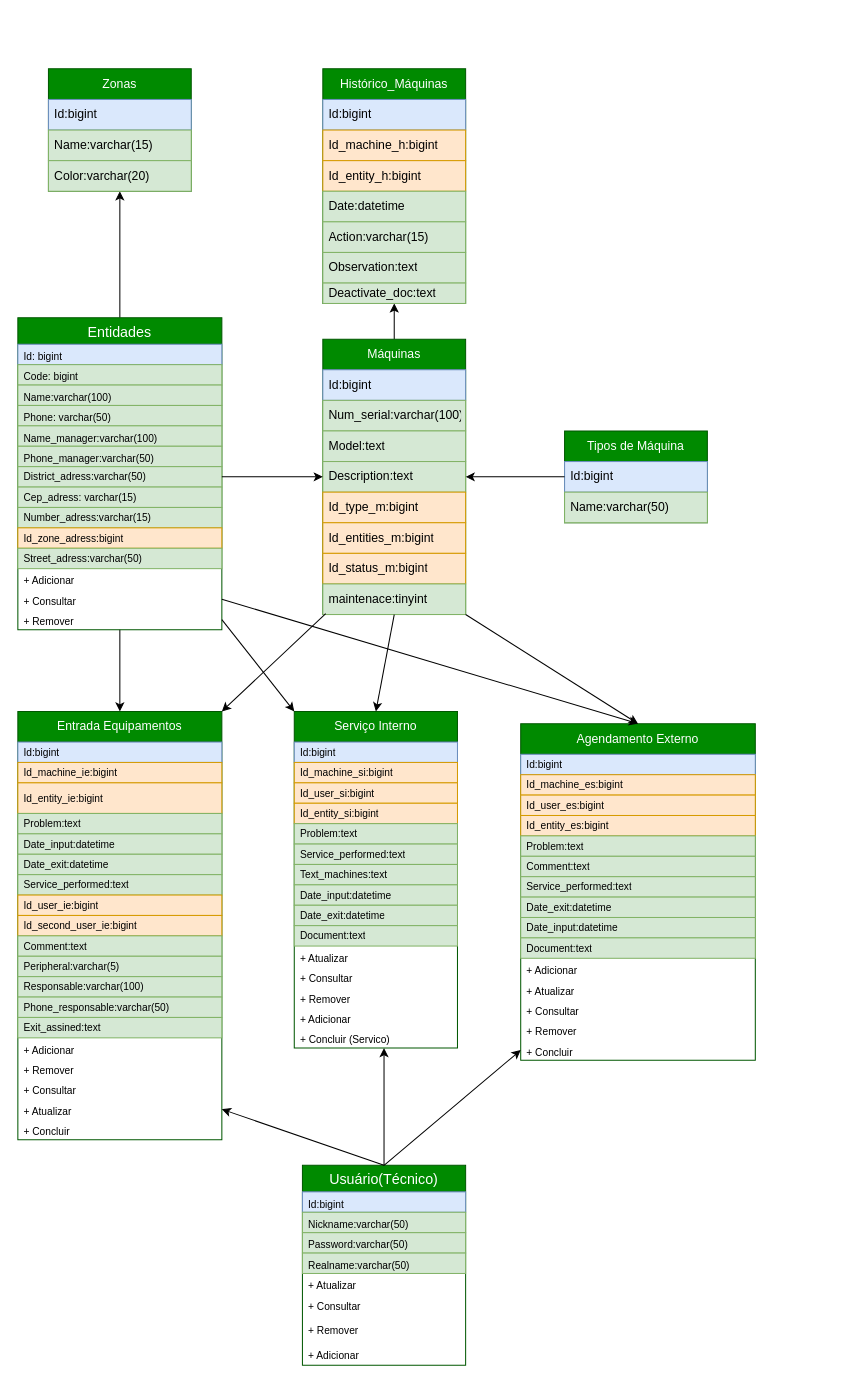
Above: Documentação - Sistema/Diagrama sem nome.drawio in gabriel-codart/DMEI-Sys (draw.io), before the change. Source tidied: cells renumbered, new cells numbered last; positions are measured from the earlier drawing's top-left corner, leaving out a move shared by most shapes. Both pictures are drawn from the tidied source at 102%, with x=0, y=0 at pixel (17, 68).
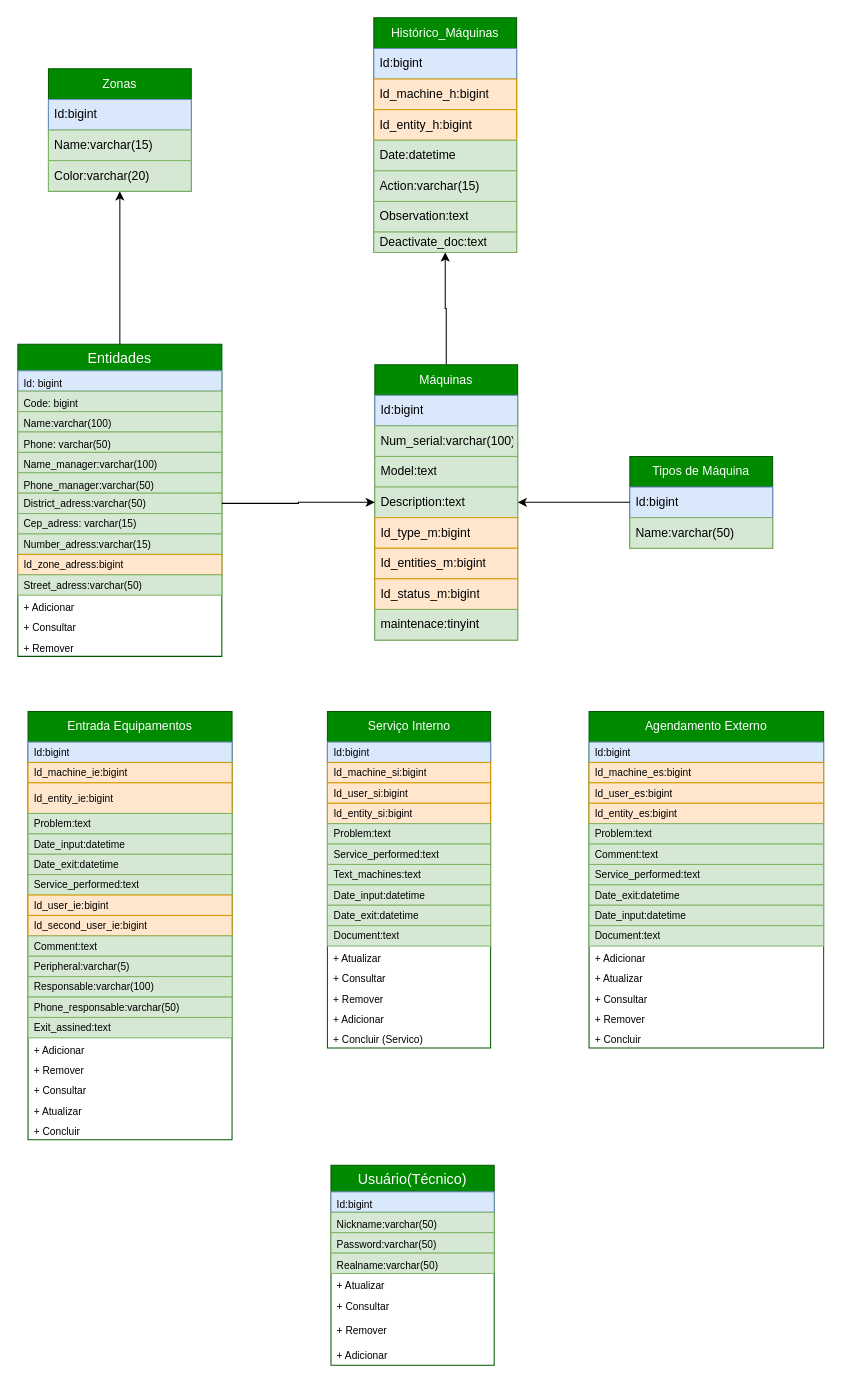
Above is the later version.

The change refers to these unchanged cells:
```xml
<mxCell id="27" value="+ Consultar" style="text;spacingLeft=4;spacingRight=4;overflow=hidden;points=[[0,0.5],[1,0.5]];portConstraint=eastwest;fontSize=10;" parent="14" vertex="1">
  <mxGeometry y="266" width="200" height="20" as="geometry" />
</mxCell>
<mxCell id="28" value="+ Remover" style="text;spacingLeft=4;spacingRight=4;overflow=hidden;points=[[0,0.5],[1,0.5]];portConstraint=eastwest;fontSize=10;" parent="14" vertex="1">
  <mxGeometry y="286" width="200" height="20" as="geometry" />
</mxCell>
<mxCell id="47" value="+ Atualizar" style="text;spacingLeft=4;spacingRight=4;overflow=hidden;points=[[0,0.5],[1,0.5]];portConstraint=eastwest;fontSize=10;" parent="29" vertex="1">
  <mxGeometry y="380" width="200" height="20" as="geometry" />
</mxCell>
<mxCell id="64" value="+ Concluir" style="text;spacingLeft=4;spacingRight=4;overflow=hidden;points=[[0,0.5],[1,0.5]];portConstraint=eastwest;fontSize=10;" parent="49" vertex="1">
  <mxGeometry y="310" width="230" height="20" as="geometry" />
</mxCell>
<mxCell id="80" value="+ Concluir (Servico)" style="text;spacingLeft=4;spacingRight=4;overflow=hidden;points=[[0,0.5],[1,0.5]];portConstraint=eastwest;fontSize=10;" parent="65" vertex="1">
  <mxGeometry y="310" width="160" height="20" as="geometry" />
</mxCell>
<mxCell id="90" value="maintenace:tinyint" style="text;strokeColor=#82b366;fillColor=#d5e8d4;align=left;verticalAlign=middle;spacingLeft=4;spacingRight=4;overflow=hidden;points=[[0,0.5],[1,0.5]];portConstraint=eastwest;whiteSpace=wrap;html=1;" parent="82" vertex="1">
  <mxGeometry y="240" width="140" height="30" as="geometry" />
</mxCell>
```

Diff of the diagram source:
```diff
@@
-    <mxCell id="2" style="edgeStyle=orthogonalEdgeStyle;rounded=0;jettySize=auto;html=1;" parent="1" edge="1" source="3" target="80">
-      <mxGeometry relative="1" as="geometry">
-        <Array as="points">
-          <mxPoint x="359" y="1015" />
-          <mxPoint x="359" y="1015" />
-        </Array>
-      </mxGeometry>
-    </mxCell>
     <mxCell id="3" value="Usuário(Técnico)" style="swimlane;fontStyle=0;horizontal=1;startSize=26;align=center;fontSize=14;fillColor=#008a00;fontColor=#ffffff;strokeColor=#005700;" parent="1" vertex="1">
-      <mxGeometry x="279" y="1075" width="160" height="196" as="geometry" />
+      <mxGeometry x="307" y="1075" width="160" height="196" as="geometry" />
     </mxCell>
@@
-    <mxCell id="13" style="edgeStyle=orthogonalEdgeStyle;rounded=0;jettySize=auto;html=1;entryX=0.5;entryY=0;entryDx=0;entryDy=0;" parent="1" edge="1" source="14" target="29">
-      <mxGeometry relative="1" as="geometry" />
-    </mxCell>
     <mxCell id="14" value="Entidades" style="swimlane;fontStyle=0;horizontal=1;startSize=26;align=center;fontSize=14;fillColor=#008a00;fontColor=#ffffff;strokeColor=#005700;" parent="1" vertex="1">
-      <mxGeometry y="244" width="200" height="306" as="geometry" />
+      <mxGeometry y="270" width="200" height="306" as="geometry" />
     </mxCell>
@@
     <mxCell id="29" value="Entrada Equipamentos" style="swimlane;fontStyle=0;horizontal=1;startSize=30;whiteSpace=wrap;html=1;fillColor=#008a00;fontColor=#ffffff;strokeColor=#005700;" parent="1" vertex="1">
-      <mxGeometry y="630" width="200" height="420" as="geometry" />
+      <mxGeometry x="10" y="630" width="200" height="420" as="geometry" />
     </mxCell>
@@
     <mxCell id="49" value="Agendamento Externo" style="swimlane;fontStyle=0;horizontal=1;startSize=30;whiteSpace=wrap;html=1;fillColor=#008a00;strokeColor=#005700;fontColor=#ffffff;" parent="1" vertex="1">
-      <mxGeometry x="493" y="642" width="230" height="330" as="geometry" />
+      <mxGeometry x="560" y="630" width="230" height="330" as="geometry" />
     </mxCell>
@@
     <mxCell id="65" value="Serviço Interno" style="swimlane;fontStyle=0;horizontal=1;startSize=30;whiteSpace=wrap;html=1;fillColor=#008a00;fontColor=#ffffff;strokeColor=#005700;" parent="1" vertex="1">
-      <mxGeometry x="271" y="630" width="160" height="330" as="geometry" />
+      <mxGeometry x="303.5" y="630" width="160" height="330" as="geometry" />
     </mxCell>
@@
     <mxCell id="82" value="Máquinas" style="swimlane;fontStyle=0;horizontal=1;startSize=30;whiteSpace=wrap;html=1;fillColor=#008a00;strokeColor=#005700;fontColor=#ffffff;" parent="1" vertex="1">
-      <mxGeometry x="299" y="265" width="140" height="270" as="geometry" />
+      <mxGeometry x="350" y="290" width="140" height="270" as="geometry" />
     </mxCell>
@@
     <mxCell id="91" value="Tipos de Máquina" style="swimlane;fontStyle=0;horizontal=1;startSize=30;whiteSpace=wrap;html=1;fillColor=#008a00;fontColor=#ffffff;strokeColor=#005700;" parent="1" vertex="1">
-      <mxGeometry x="536" y="355" width="140" height="90" as="geometry" />
+      <mxGeometry x="600" y="380" width="140" height="90" as="geometry" />
     </mxCell>
@@
     <mxCell id="94" value="Histórico_Máquinas" style="swimlane;fontStyle=0;horizontal=1;startSize=30;whiteSpace=wrap;html=1;fillColor=#008a00;fontColor=#ffffff;strokeColor=#005700;" parent="1" vertex="1">
-      <mxGeometry x="299" width="140" height="230" as="geometry" />
+      <mxGeometry x="349" y="-50" width="140" height="230" as="geometry" />
     </mxCell>
@@
-    <mxCell id="108" style="endArrow=classic;html=1;rounded=0;exitX=0.02;exitY=0.968;exitDx=0;exitDy=0;exitPerimeter=0;entryX=1;entryY=0;entryDx=0;entryDy=0;" parent="1" edge="1" source="90" target="29">
-      <mxGeometry relative="1" as="geometry" />
-    </mxCell>
-    <mxCell id="109" style="endArrow=classic;html=1;rounded=0;exitX=1;exitY=1;exitDx=0;exitDy=0;entryX=0.5;entryY=0;entryDx=0;entryDy=0;" parent="1" edge="1" source="82" target="49">
-      <mxGeometry relative="1" as="geometry" />
-    </mxCell>
-    <mxCell id="110" style="endArrow=classic;html=1;rounded=0;exitX=0.5;exitY=1;exitDx=0;exitDy=0;entryX=0.5;entryY=0;entryDx=0;entryDy=0;" parent="1" edge="1" source="82" target="65">
-      <mxGeometry relative="1" as="geometry" />
-    </mxCell>
-    <mxCell id="111" style="endArrow=classic;html=1;rounded=0;entryX=0;entryY=0;entryDx=0;entryDy=0;exitX=1;exitY=0.5;exitDx=0;exitDy=0;" parent="1" edge="1" source="28" target="65">
-      <mxGeometry relative="1" as="geometry" />
-    </mxCell>
-    <mxCell id="112" style="endArrow=classic;html=1;rounded=0;exitX=0.5;exitY=0;exitDx=0;exitDy=0;entryX=1;entryY=0.5;entryDx=0;entryDy=0;" parent="1" edge="1" source="3" target="47">
-      <mxGeometry relative="1" as="geometry" />
-    </mxCell>
-    <mxCell id="113" style="endArrow=classic;html=1;rounded=0;exitX=0.5;exitY=0;exitDx=0;exitDy=0;entryX=0;entryY=0.5;entryDx=0;entryDy=0;" parent="1" edge="1" source="3" target="64">
-      <mxGeometry relative="1" as="geometry" />
-    </mxCell>
-    <mxCell id="114" style="endArrow=classic;html=1;rounded=0;exitX=1;exitY=0.5;exitDx=0;exitDy=0;entryX=0.5;entryY=0;entryDx=0;entryDy=0;" parent="1" edge="1" source="27" target="49">
-      <mxGeometry relative="1" as="geometry" />
-    </mxCell>
```
